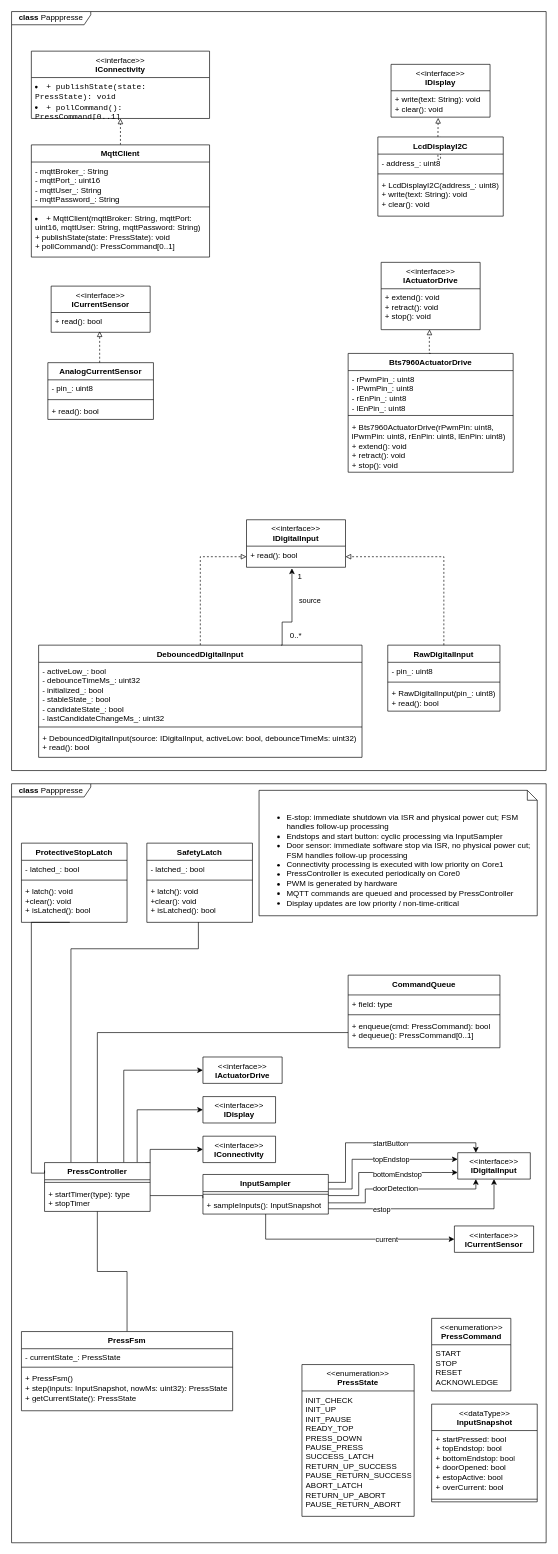
Above: diagrams/class diagramm Papppresse.drawio in niklasdathe/Papppresse (draw.io), before the change. Source tidied: cells renumbered, new cells numbered last; positions are measured from the earlier drawing's top-left corner, leaving out a move shared by most shapes. Both pictures are drawn from the tidied source at 66%, with x=0, y=0 at pixel (11, 11).
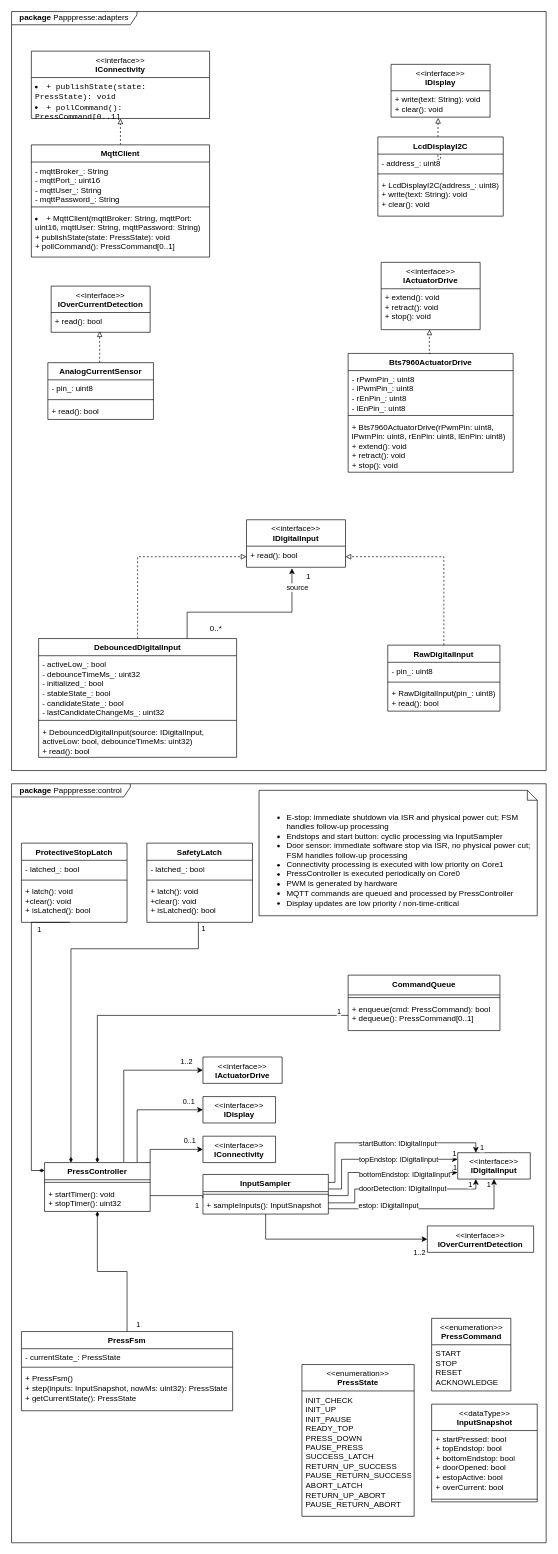
After the change.

Unchanged cells that the change refers to:
```xml
<mxCell id="18" value="&lt;div&gt;&lt;span style=&quot;background-color: transparent; color: light-dark(rgb(0, 0, 0), rgb(255, 255, 255));&quot;&gt;+ read(): bool&lt;/span&gt;&lt;/div&gt;" style="text;strokeColor=none;fillColor=none;align=left;verticalAlign=top;spacingLeft=4;spacingRight=4;overflow=hidden;points=[[0,0.5],[1,0.5]];portConstraint=eastwest;whiteSpace=wrap;html=1;" parent="17" vertex="1">
  <mxGeometry y="40" width="150" height="32" as="geometry" />
</mxCell>
<mxCell id="51" style="edgeStyle=orthogonalEdgeStyle;rounded=0;jettySize=auto;html=1;exitX=0.75;exitY=0;exitDx=0;exitDy=0;entryX=0;entryY=0.5;entryDx=0;entryDy=0;" parent="47" edge="1" source="54" target="95">
  <mxGeometry relative="1" as="geometry" />
</mxCell>
<mxCell id="52" style="edgeStyle=orthogonalEdgeStyle;rounded=0;jettySize=auto;html=1;entryX=0;entryY=0.5;entryDx=0;entryDy=0;exitX=0.877;exitY=-0.006;exitDx=0;exitDy=0;exitPerimeter=0;" parent="47" edge="1" source="54" target="94">
  <mxGeometry relative="1" as="geometry">
    <Array as="points">
      <mxPoint x="190" y="494" />
    </Array>
  </mxGeometry>
</mxCell>
<mxCell id="53" style="edgeStyle=orthogonalEdgeStyle;rounded=0;jettySize=auto;html=1;entryX=0;entryY=0.5;entryDx=0;entryDy=0;exitX=0.955;exitY=0.006;exitDx=0;exitDy=0;exitPerimeter=0;" parent="47" edge="1" source="54" target="96">
  <mxGeometry relative="1" as="geometry">
    <Array as="points">
      <mxPoint x="210" y="575" />
      <mxPoint x="210" y="554" />
    </Array>
  </mxGeometry>
</mxCell>
<mxCell id="54" value="PressController" style="swimlane;fontStyle=1;align=center;verticalAlign=top;horizontal=1;startSize=26;whiteSpace=wrap;html=1;strokeWidth=1;" parent="47" vertex="1">
  <mxGeometry x="50" y="574" width="160" height="74" as="geometry" />
</mxCell>
<mxCell id="57" value="PressFsm" style="swimlane;fontStyle=1;align=center;verticalAlign=top;horizontal=1;startSize=26;whiteSpace=wrap;html=1;" parent="47" vertex="1">
  <mxGeometry x="15" y="830" width="320" height="120" as="geometry" />
</mxCell>
<mxCell id="67" style="edgeStyle=orthogonalEdgeStyle;rounded=0;jettySize=auto;html=1;entryX=0.5;entryY=1;entryDx=0;entryDy=0;" parent="47" edge="1" source="71" target="97">
  <mxGeometry relative="1" as="geometry">
    <Array as="points">
      <mxPoint x="731" y="644" />
    </Array>
  </mxGeometry>
</mxCell>
<mxCell id="69" style="edgeStyle=orthogonalEdgeStyle;rounded=0;jettySize=auto;html=1;entryX=0;entryY=0.5;entryDx=0;entryDy=0;" parent="47" edge="1" source="71" target="102">
  <mxGeometry relative="1" as="geometry">
    <Array as="points">
      <mxPoint x="385" y="690" />
    </Array>
  </mxGeometry>
</mxCell>
<mxCell id="71" value="InputSampler" style="swimlane;fontStyle=1;align=center;verticalAlign=top;horizontal=1;startSize=26;whiteSpace=wrap;html=1;" parent="47" vertex="1">
  <mxGeometry x="290" y="592" width="190" height="60" as="geometry" />
</mxCell>
<mxCell id="81" value="+ latch(): void&lt;br&gt;+clear(): void&lt;br&gt;+ isLatched(): bool" style="text;strokeColor=none;fillColor=none;align=left;verticalAlign=top;spacingLeft=4;spacingRight=4;overflow=hidden;points=[[0,0.5],[1,0.5]];portConstraint=eastwest;whiteSpace=wrap;html=1;" parent="78" vertex="1">
  <mxGeometry y="60" width="160" height="60" as="geometry" />
</mxCell>
<mxCell id="90" value="+ latch(): void&lt;br&gt;+clear(): void&lt;br&gt;+ isLatched(): bool" style="text;strokeColor=none;fillColor=none;align=left;verticalAlign=top;spacingLeft=4;spacingRight=4;overflow=hidden;points=[[0,0.5],[1,0.5]];portConstraint=eastwest;whiteSpace=wrap;html=1;" parent="87" vertex="1">
  <mxGeometry y="60" width="160" height="60" as="geometry" />
</mxCell>
<mxCell id="91" style="edgeStyle=orthogonalEdgeStyle;rounded=0;jettySize=auto;html=1;endArrow=none;endFill=0;entryX=-0.001;entryY=0.385;entryDx=0;entryDy=0;entryPerimeter=0;" parent="47" edge="1" source="54">
  <mxGeometry relative="1" as="geometry">
    <mxPoint x="289.8" y="628" as="targetPoint" />
    <Array as="points">
      <mxPoint x="290" y="624" />
    </Array>
  </mxGeometry>
</mxCell>
<mxCell id="97" value="&lt;div&gt;&lt;span style=&quot;font-weight: 400;&quot;&gt;&amp;lt;&amp;lt;interface&amp;gt;&amp;gt;&lt;/span&gt;&lt;/div&gt;IDigitalInput" style="swimlane;fontStyle=1;align=center;verticalAlign=top;horizontal=1;startSize=40;whiteSpace=wrap;html=1;" parent="47" vertex="1" collapsed="1">
  <mxGeometry x="676" y="559" width="110" height="40" as="geometry" />
</mxCell>
```

The edit, as a diff of the source:
```diff
@@
-    <mxCell id="2" value="&lt;b&gt;class &lt;/b&gt;Papppresse" style="shape=umlFrame;whiteSpace=wrap;html=1;width=120;height=20;" parent="1" vertex="1">
+    <mxCell id="2" value="&lt;b&gt;package&amp;nbsp;&lt;/b&gt;Papppresse:adapters" style="shape=umlFrame;whiteSpace=wrap;html=1;width=190;height=20;" parent="1" vertex="1">
       <mxGeometry width="810" height="1150" as="geometry" />
     </mxCell>
@@
     <mxCell id="8" value="DebouncedDigitalInput" style="swimlane;fontStyle=1;align=center;verticalAlign=top;horizontal=1;startSize=26;whiteSpace=wrap;html=1;" parent="2" vertex="1">
-      <mxGeometry x="41" y="960" width="490" height="170" as="geometry" />
+      <mxGeometry x="41" y="950" width="300" height="180" as="geometry" />
     </mxCell>
     <mxCell id="9" value="- activeLow_: bool&lt;br&gt;- debounceTimeMs_: uint32&lt;br&gt;- initialized_: bool&lt;br&gt;- stableState_: bool&lt;br&gt;- candidateState_: bool&lt;br&gt;- lastCandidateChangeMs_: uint32" style="text;strokeColor=none;fillColor=none;align=left;verticalAlign=top;spacingLeft=4;spacingRight=4;overflow=hidden;whiteSpace=wrap;html=1;" parent="8" vertex="1">
-      <mxGeometry y="26" width="490" height="94" as="geometry" />
+      <mxGeometry y="26" width="300" height="94" as="geometry" />
     </mxCell>
     <mxCell id="10" style="line;strokeWidth=1;fillColor=none;align=left;verticalAlign=middle;spacingTop=-1;spacingLeft=3;spacingRight=3;labelPosition=right;strokeColor=inherit;" parent="8" vertex="1">
-      <mxGeometry y="120" width="490" height="8" as="geometry" />
+      <mxGeometry y="120" width="300" height="8" as="geometry" />
     </mxCell>
     <mxCell id="11" value="+ DebouncedDigitalInput(source: IDigitalInput, activeLow: bool, debounceTimeMs: uint32)&lt;br&gt;+ read(): bool" style="text;strokeColor=none;fillColor=none;align=left;verticalAlign=top;spacingLeft=4;spacingRight=4;overflow=hidden;whiteSpace=wrap;html=1;" parent="8" vertex="1">
-      <mxGeometry y="128" width="490" height="42" as="geometry" />
+      <mxGeometry y="128" width="300" height="52" as="geometry" />
     </mxCell>
@@
     <mxCell id="13" style="edgeStyle=orthogonalEdgeStyle;rounded=0;jettySize=auto;html=1;exitX=0.75;exitY=0;exitDx=0;exitDy=0;entryX=0.459;entryY=1.053;entryDx=0;entryDy=0;entryPerimeter=0;" parent="2" edge="1" source="8" target="18">
       <mxGeometry relative="1" as="geometry">
         <Array as="points">
-          <mxPoint x="410" y="960" />
-          <mxPoint x="410" y="925" />
-          <mxPoint x="425" y="925" />
+          <mxPoint x="266" y="910" />
+          <mxPoint x="425" y="910" />
         </Array>
       </mxGeometry>
     </mxCell>
     <mxCell id="14" value="source" style="edgeLabel;html=1;align=center;verticalAlign=middle;" parent="13" vertex="1">
       <mxGeometry x="-0.59" y="-1" relative="1" as="geometry">
-        <mxPoint x="40" y="-42" as="offset" />
+        <mxPoint x="152" y="-39" as="offset" />
       </mxGeometry>
     </mxCell>
     <mxCell id="15" value="1" style="text;html=1;whiteSpace=wrap;strokeColor=none;fillColor=none;align=center;verticalAlign=middle;rounded=0;" parent="2" vertex="1">
-      <mxGeometry x="407" y="842" width="60" height="30" as="geometry" />
+      <mxGeometry x="420" y="842" width="60" height="30" as="geometry" />
     </mxCell>
     <mxCell id="16" value="0..*" style="text;html=1;whiteSpace=wrap;strokeColor=none;fillColor=none;align=center;verticalAlign=middle;rounded=0;" parent="2" vertex="1">
-      <mxGeometry x="401" y="930" width="60" height="30" as="geometry" />
+      <mxGeometry x="280" y="920" width="60" height="30" as="geometry" />
     </mxCell>
@@
-    <mxCell id="44" value="&lt;div&gt;&lt;span style=&quot;font-weight: 400;&quot;&gt;&amp;lt;&amp;lt;interface&amp;gt;&amp;gt;&lt;/span&gt;&lt;/div&gt;ICurrentSensor" style="swimlane;fontStyle=1;align=center;verticalAlign=top;horizontal=1;startSize=40;whiteSpace=wrap;html=1;" parent="2" vertex="1">
+    <mxCell id="44" value="&lt;div&gt;&lt;span style=&quot;font-weight: 400;&quot;&gt;&amp;lt;&amp;lt;interface&amp;gt;&amp;gt;&lt;/span&gt;&lt;/div&gt;IOverCurrentDetection" style="swimlane;fontStyle=1;align=center;verticalAlign=top;horizontal=1;startSize=40;whiteSpace=wrap;html=1;" parent="2" vertex="1">
       <mxGeometry x="60" y="416" width="150" height="70" as="geometry" />
     </mxCell>
@@
-    <mxCell id="47" value="&lt;b&gt;class &lt;/b&gt;Papppresse" style="shape=umlFrame;whiteSpace=wrap;html=1;width=120;height=20;" parent="1" vertex="1">
+    <mxCell id="47" value="&lt;b&gt;package&amp;nbsp;&lt;/b&gt;Papppresse:control" style="shape=umlFrame;whiteSpace=wrap;html=1;width=180;height=20;" parent="1" vertex="1">
       <mxGeometry y="1170" width="810" height="1150" as="geometry" />
     </mxCell>
@@
-    <mxCell id="49" style="edgeStyle=orthogonalEdgeStyle;rounded=0;jettySize=auto;html=1;endArrow=none;endFill=0;" parent="47" edge="1" source="54" target="57">
+    <mxCell id="49" style="edgeStyle=orthogonalEdgeStyle;rounded=0;jettySize=auto;html=1;endArrow=none;endFill=0;startArrow=diamondThin;startFill=1;" parent="47" edge="1" source="54" target="57">
       <mxGeometry relative="1" as="geometry" />
     </mxCell>
+    <mxCell id="103" value="1" style="edgeLabel;html=1;align=center;verticalAlign=middle;" parent="49" vertex="1">
+      <mxGeometry x="0.89" y="-2" relative="1" as="geometry">
+        <mxPoint x="18" as="offset" />
+      </mxGeometry>
+    </mxCell>
-    <mxCell id="50" style="edgeStyle=orthogonalEdgeStyle;rounded=0;jettySize=auto;html=1;entryX=0.488;entryY=0.996;entryDx=0;entryDy=0;endArrow=none;endFill=0;entryPerimeter=0;exitX=0.25;exitY=0;exitDx=0;exitDy=0;" parent="47" edge="1" source="54" target="81">
+    <mxCell id="50" style="edgeStyle=orthogonalEdgeStyle;rounded=0;jettySize=auto;html=1;entryX=0.488;entryY=0.996;entryDx=0;entryDy=0;endArrow=none;endFill=0;entryPerimeter=0;exitX=0.25;exitY=0;exitDx=0;exitDy=0;startArrow=diamondThin;startFill=1;" parent="47" edge="1" source="54" target="81">
       <mxGeometry relative="1" as="geometry">
         <Array as="points">
           <mxPoint x="90" y="250" />
           <mxPoint x="283" y="250" />
         </Array>
       </mxGeometry>
     </mxCell>
+    <mxCell id="104" value="1" style="edgeLabel;html=1;align=center;verticalAlign=middle;" parent="50" vertex="1">
+      <mxGeometry x="0.97" y="-1" relative="1" as="geometry">
+        <mxPoint x="6" as="offset" />
+      </mxGeometry>
+    </mxCell>
@@
+    <mxCell id="105" value="1..2" style="edgeLabel;html=1;align=center;verticalAlign=middle;" parent="51" vertex="1">
+      <mxGeometry x="0.8" y="1" relative="1" as="geometry">
+        <mxPoint y="-13" as="offset" />
+      </mxGeometry>
+    </mxCell>
@@
+    <mxCell id="106" value="0..1&amp;nbsp;" style="edgeLabel;html=1;align=center;verticalAlign=middle;" parent="52" vertex="1">
+      <mxGeometry x="0.77" relative="1" as="geometry">
+        <mxPoint y="-14" as="offset" />
+      </mxGeometry>
+    </mxCell>
@@
+    <mxCell id="107" value="0..1" style="edgeLabel;html=1;align=center;verticalAlign=middle;" parent="53" vertex="1">
+      <mxGeometry x="0.61" y="1" relative="1" as="geometry">
+        <mxPoint y="-13" as="offset" />
+      </mxGeometry>
+    </mxCell>
@@
-    <mxCell id="56" value="+ startTimer(type): type&lt;br&gt;+ stopTimer" style="text;strokeColor=none;fillColor=none;align=left;verticalAlign=top;spacingLeft=4;spacingRight=4;overflow=hidden;whiteSpace=wrap;html=1;strokeWidth=2;" parent="54" vertex="1">
+    <mxCell id="56" value="+ startTimer(): void&lt;br&gt;+ stopTimer(): uint32" style="text;strokeColor=none;fillColor=none;align=left;verticalAlign=top;spacingLeft=4;spacingRight=4;overflow=hidden;whiteSpace=wrap;html=1;strokeWidth=2;" parent="54" vertex="1">
       <mxGeometry y="34" width="160" height="40" as="geometry" />
     </mxCell>
@@
     <mxCell id="63" style="edgeStyle=orthogonalEdgeStyle;rounded=0;jettySize=auto;html=1;entryX=0;entryY=0.25;entryDx=0;entryDy=0;" parent="47" edge="1" source="71" target="97">
       <mxGeometry relative="1" as="geometry">
         <Array as="points">
-          <mxPoint x="516" y="614" />
-          <mxPoint x="516" y="569" />
+          <mxPoint x="500" y="614" />
+          <mxPoint x="500" y="569" />
         </Array>
       </mxGeometry>
     </mxCell>
-    <mxCell id="64" value="topEndstop" style="edgeLabel;html=1;align=left;verticalAlign=middle;" parent="63" vertex="1">
+    <mxCell id="64" value="topEndstop: IDigitalInput" style="edgeLabel;html=1;align=left;verticalAlign=middle;" parent="63" vertex="1">
       <mxGeometry x="-0.04" relative="1" as="geometry">
-        <mxPoint x="-5" y="-1" as="offset" />
+        <mxPoint x="-26" y="-1" as="offset" />
       </mxGeometry>
     </mxCell>
+    <mxCell id="108" value="1" style="edgeLabel;html=1;align=center;verticalAlign=middle;" parent="63" vertex="1">
+      <mxGeometry x="0.87" y="1" relative="1" as="geometry">
+        <mxPoint x="10" y="-8" as="offset" />
+      </mxGeometry>
+    </mxCell>
     <mxCell id="65" style="edgeStyle=orthogonalEdgeStyle;rounded=0;jettySize=auto;html=1;entryX=0;entryY=0.75;entryDx=0;entryDy=0;" parent="47" edge="1" source="71" target="97">
       <mxGeometry relative="1" as="geometry">
         <Array as="points">
-          <mxPoint x="526" y="624" />
-          <mxPoint x="526" y="589" />
+          <mxPoint x="510" y="624" />
+          <mxPoint x="510" y="589" />
         </Array>
       </mxGeometry>
     </mxCell>
-    <mxCell id="66" value="bottomEndstop" style="edgeLabel;html=1;align=left;verticalAlign=middle;" parent="65" vertex="1">
+    <mxCell id="66" value="bottomEndstop: IDigitalInput" style="edgeLabel;html=1;align=left;verticalAlign=middle;" parent="65" vertex="1">
       <mxGeometry x="-0.04" y="1" relative="1" as="geometry">
-        <mxPoint x="-10" y="4" as="offset" />
+        <mxPoint x="-31" y="4" as="offset" />
       </mxGeometry>
     </mxCell>
+    <mxCell id="109" value="1" style="edgeLabel;html=1;align=center;verticalAlign=middle;" parent="65" vertex="1">
+      <mxGeometry x="0.96" y="-2" relative="1" as="geometry">
+        <mxPoint y="-11" as="offset" />
+      </mxGeometry>
+    </mxCell>
@@
-    <mxCell id="68" value="estop" style="edgeLabel;html=1;align=left;verticalAlign=middle;" parent="67" vertex="1">
+    <mxCell id="68" value="estop: IDigitalInput" style="edgeLabel;html=1;align=left;verticalAlign=middle;" parent="67" vertex="1">
       <mxGeometry x="-0.52" y="2" relative="1" as="geometry">
-        <mxPoint x="-5" y="2" as="offset" />
+        <mxPoint x="-27" y="-3" as="offset" />
       </mxGeometry>
     </mxCell>
+    <mxCell id="110" value="1" style="edgeLabel;html=1;align=center;verticalAlign=middle;" parent="67" vertex="1">
+      <mxGeometry x="0.84" y="-1" relative="1" as="geometry">
+        <mxPoint x="-10" y="-16" as="offset" />
+      </mxGeometry>
+    </mxCell>
@@
-    <mxCell id="70" value="current" style="edgeLabel;html=1;align=left;verticalAlign=middle;" parent="69" vertex="1">
-      <mxGeometry x="0.29" relative="1" as="geometry">
-        <mxPoint x="-6" as="offset" />
-      </mxGeometry>
-    </mxCell>
+    <mxCell id="111" value="1..2" style="edgeLabel;html=1;align=center;verticalAlign=middle;" parent="69" vertex="1">
+      <mxGeometry x="0.87" y="1" relative="1" as="geometry">
+        <mxPoint x="5" y="21" as="offset" />
+      </mxGeometry>
+    </mxCell>
@@
     <mxCell id="74" value="&lt;div&gt;&lt;span style=&quot;background-color: transparent; color: light-dark(rgb(0, 0, 0), rgb(255, 255, 255));&quot;&gt;CommandQueue&lt;/span&gt;&lt;/div&gt;" style="swimlane;fontStyle=1;align=center;verticalAlign=top;horizontal=1;startSize=30;whiteSpace=wrap;html=1;" parent="47" vertex="1">
-      <mxGeometry x="510" y="290" width="230" height="110" as="geometry" />
+      <mxGeometry x="510" y="290" width="230" height="84" as="geometry" />
     </mxCell>
-    <mxCell id="75" value="+ field: type" style="text;strokeColor=none;fillColor=none;align=left;verticalAlign=top;spacingLeft=4;spacingRight=4;overflow=hidden;whiteSpace=wrap;html=1;" parent="74" vertex="1">
-      <mxGeometry y="30" width="230" height="26" as="geometry" />
-    </mxCell>
     <mxCell id="76" style="line;strokeWidth=1;fillColor=none;align=left;verticalAlign=middle;spacingTop=-1;spacingLeft=3;spacingRight=3;labelPosition=right;strokeColor=inherit;" parent="74" vertex="1">
-      <mxGeometry y="56" width="230" height="8" as="geometry" />
+      <mxGeometry y="30" width="230" height="8" as="geometry" />
     </mxCell>
     <mxCell id="77" value="+ enqueue(cmd: PressCommand): bool&lt;br&gt;+ dequeue(): PressCommand[0..1]" style="text;strokeColor=none;fillColor=none;align=left;verticalAlign=top;spacingLeft=4;spacingRight=4;overflow=hidden;points=[[0,0.5],[1,0.5]];portConstraint=eastwest;whiteSpace=wrap;html=1;" parent="74" vertex="1">
-      <mxGeometry y="64" width="230" height="46" as="geometry" />
+      <mxGeometry y="38" width="230" height="46" as="geometry" />
     </mxCell>
@@
+    <mxCell id="112" value="1" style="edgeLabel;html=1;align=center;verticalAlign=middle;" parent="91" vertex="1">
+      <mxGeometry x="0.68" relative="1" as="geometry">
+        <mxPoint y="15" as="offset" />
+      </mxGeometry>
+    </mxCell>
-    <mxCell id="92" style="edgeStyle=orthogonalEdgeStyle;rounded=0;jettySize=auto;html=1;entryX=0;entryY=0.5;entryDx=0;entryDy=0;endArrow=none;endFill=0;" parent="47" edge="1" source="54" target="77">
+    <mxCell id="92" style="edgeStyle=orthogonalEdgeStyle;rounded=0;jettySize=auto;html=1;entryX=0;entryY=0.5;entryDx=0;entryDy=0;endArrow=none;endFill=0;startArrow=diamondThin;startFill=1;" parent="47" edge="1" source="54" target="77">
       <mxGeometry relative="1" as="geometry" />
     </mxCell>
+    <mxCell id="113" value="1" style="edgeLabel;html=1;align=center;verticalAlign=middle;" parent="92" vertex="1">
+      <mxGeometry x="0.95" y="1" relative="1" as="geometry">
+        <mxPoint y="-6" as="offset" />
+      </mxGeometry>
+    </mxCell>
-    <mxCell id="93" style="edgeStyle=orthogonalEdgeStyle;rounded=0;jettySize=auto;html=1;entryX=0.458;entryY=1;entryDx=0;entryDy=0;entryPerimeter=0;endArrow=none;endFill=0;exitX=0;exitY=0.162;exitDx=0;exitDy=0;exitPerimeter=0;" parent="47" edge="1" source="54" target="90">
+    <mxCell id="93" style="edgeStyle=orthogonalEdgeStyle;rounded=0;jettySize=auto;html=1;entryX=0.458;entryY=1;entryDx=0;entryDy=0;entryPerimeter=0;endArrow=none;endFill=0;exitX=0;exitY=0.162;exitDx=0;exitDy=0;exitPerimeter=0;startArrow=diamondThin;startFill=1;" parent="47" edge="1" source="54" target="90">
       <mxGeometry relative="1" as="geometry">
         <Array as="points">
-          <mxPoint x="30" y="590" />
+          <mxPoint x="30" y="586" />
           <mxPoint x="30" y="210" />
         </Array>
       </mxGeometry>
     </mxCell>
+    <mxCell id="114" value="1" style="edgeLabel;html=1;align=center;verticalAlign=middle;" parent="93" vertex="1">
+      <mxGeometry x="0.7" y="-1" relative="1" as="geometry">
+        <mxPoint x="10" as="offset" />
+      </mxGeometry>
+    </mxCell>
@@
     <mxCell id="98" style="edgeStyle=orthogonalEdgeStyle;rounded=0;jettySize=auto;html=1;entryX=0.25;entryY=0;entryDx=0;entryDy=0;" parent="47" edge="1" source="71" target="97">
       <mxGeometry relative="1" as="geometry">
         <Array as="points">
-          <mxPoint x="506" y="604" />
-          <mxPoint x="506" y="544" />
-          <mxPoint x="704" y="544" />
+          <mxPoint x="490" y="604" />
+          <mxPoint x="490" y="544" />
+          <mxPoint x="703" y="544" />
         </Array>
       </mxGeometry>
     </mxCell>
-    <mxCell id="99" value="startButton" style="edgeLabel;html=1;align=left;verticalAlign=middle;" parent="98" vertex="1">
+    <mxCell id="99" value="startButton: IDigitalInput" style="edgeLabel;html=1;align=left;verticalAlign=middle;" parent="98" vertex="1">
       <mxGeometry x="-0.24" relative="1" as="geometry">
-        <mxPoint x="13" as="offset" />
+        <mxPoint x="-8" as="offset" />
       </mxGeometry>
     </mxCell>
+    <mxCell id="115" value="1" style="edgeLabel;html=1;align=center;verticalAlign=middle;" parent="98" vertex="1">
+      <mxGeometry x="0.91" y="-1" relative="1" as="geometry">
+        <mxPoint x="10" y="6" as="offset" />
+      </mxGeometry>
+    </mxCell>
     <mxCell id="100" style="edgeStyle=orthogonalEdgeStyle;rounded=0;jettySize=auto;html=1;entryX=0.25;entryY=1;entryDx=0;entryDy=0;" parent="47" edge="1" source="71" target="97">
       <mxGeometry relative="1" as="geometry">
         <Array as="points">
-          <mxPoint x="536" y="635" />
-          <mxPoint x="536" y="614" />
-          <mxPoint x="704" y="614" />
+          <mxPoint x="520" y="635" />
+          <mxPoint x="520" y="614" />
+          <mxPoint x="703" y="614" />
         </Array>
       </mxGeometry>
     </mxCell>
-    <mxCell id="101" value="doorDetection" style="edgeLabel;html=1;align=left;verticalAlign=middle;" parent="100" vertex="1">
+    <mxCell id="101" value="doorDetection: IDigitalInput" style="edgeLabel;html=1;align=left;verticalAlign=middle;" parent="100" vertex="1">
       <mxGeometry x="-0.26" y="1" relative="1" as="geometry">
-        <mxPoint x="-9" as="offset" />
+        <mxPoint x="-30" as="offset" />
       </mxGeometry>
     </mxCell>
+    <mxCell id="116" value="1" style="edgeLabel;html=1;align=center;verticalAlign=middle;" parent="100" vertex="1">
+      <mxGeometry x="0.79" y="1" relative="1" as="geometry">
+        <mxPoint x="3" y="-7" as="offset" />
+      </mxGeometry>
+    </mxCell>
-    <mxCell id="102" value="&lt;div&gt;&lt;span style=&quot;font-weight: 400;&quot;&gt;&amp;lt;&amp;lt;interface&amp;gt;&amp;gt;&lt;/span&gt;&lt;/div&gt;ICurrentSensor" style="swimlane;fontStyle=1;align=center;verticalAlign=top;horizontal=1;startSize=40;whiteSpace=wrap;html=1;" parent="47" vertex="1" collapsed="1">
-      <mxGeometry x="671" y="670" width="120" height="40" as="geometry" />
+    <mxCell id="102" value="&lt;div&gt;&lt;span style=&quot;font-weight: 400;&quot;&gt;&amp;lt;&amp;lt;interface&amp;gt;&amp;gt;&lt;/span&gt;&lt;/div&gt;IOverCurrentDetection" style="swimlane;fontStyle=1;align=center;verticalAlign=top;horizontal=1;startSize=40;whiteSpace=wrap;html=1;" parent="47" vertex="1" collapsed="1">
+      <mxGeometry x="630" y="670" width="161" height="40" as="geometry" />
     </mxCell>
```
